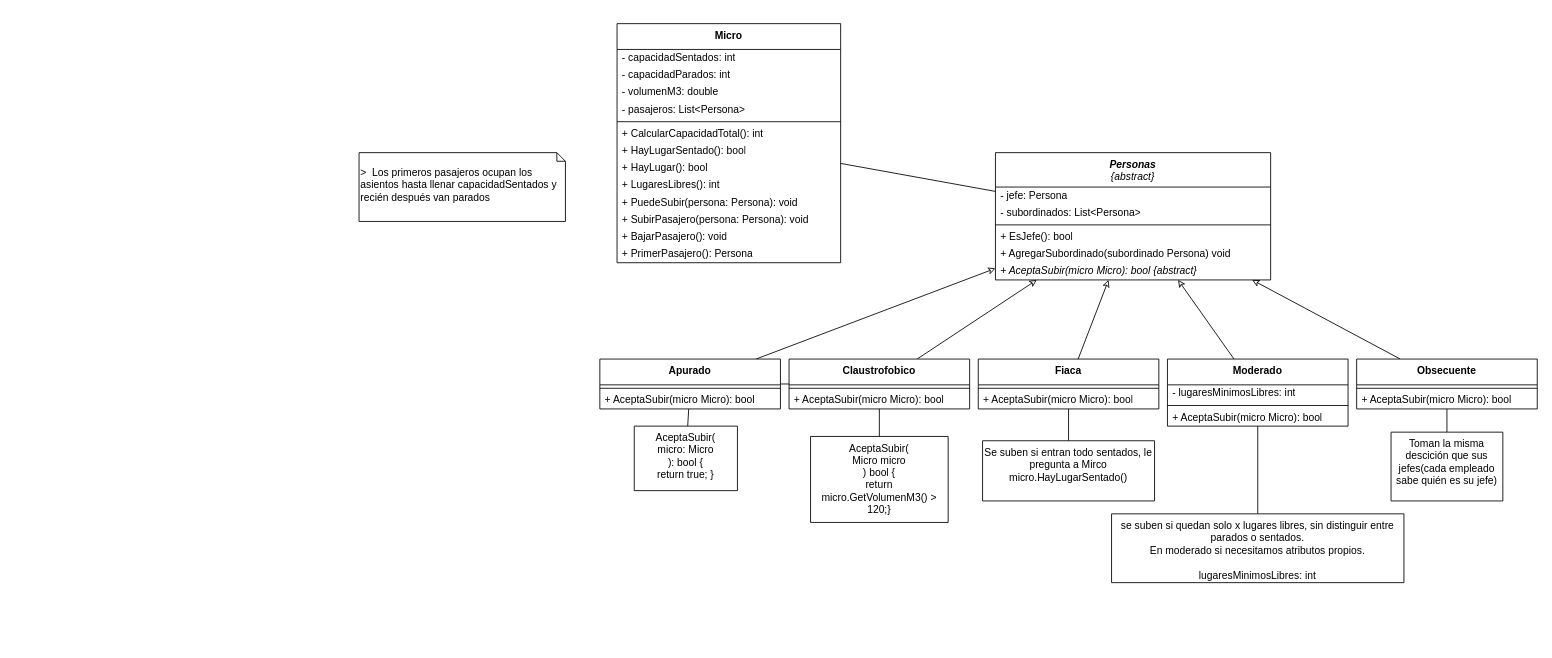
The draw.io diagram src/Micros/EJMicros_CS.dio in gastonjavierricchiardi/ejercicios-csharp-utn-2026, before the edit. Source tidied: cells renumbered, new cells numbered last; positions are measured from the earlier drawing's top-left corner, leaving out a move shared by most shapes. Both pictures are drawn from the tidied source at 86%, with x=0, y=0 at pixel (359, 23).
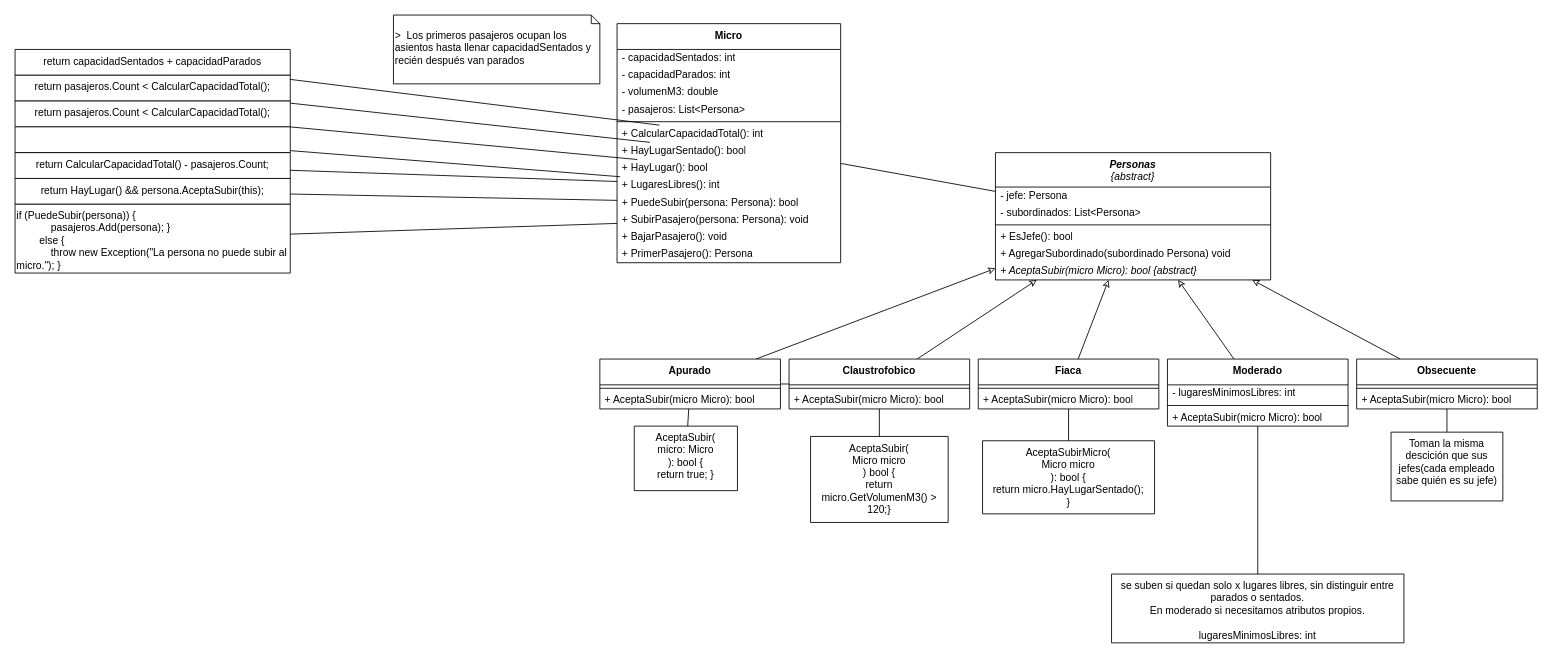
After the change.

Commit message:
Subimos el diagrama

Unchanged cells that the change refers to:
```xml
<mxCell id="3" value="&lt;b&gt;Micro&lt;/b&gt;" style="swimlane;fontStyle=0;align=center;verticalAlign=top;horizontal=1;startSize=30;html=1;whiteSpace=wrap;" parent="1" vertex="1">
  <mxGeometry x="300" width="260" height="278" as="geometry" />
</mxCell>
<mxCell id="9" value="+ CalcularCapacidadTotal(): int" style="text;html=1;strokeColor=none;fillColor=none;align=left;verticalAlign=middle;spacingLeft=4;spacingRight=4;overflow=hidden;points=[[0,0.5],[1,0.5]];portConstraint=eastwest;whiteSpace=wrap;" parent="3" vertex="1">
  <mxGeometry y="118" width="260" height="20" as="geometry" />
</mxCell>
<mxCell id="10" value="+ HayLugarSentado(): bool" style="text;html=1;strokeColor=none;fillColor=none;align=left;verticalAlign=middle;spacingLeft=4;spacingRight=4;overflow=hidden;points=[[0,0.5],[1,0.5]];portConstraint=eastwest;whiteSpace=wrap;" parent="3" vertex="1">
  <mxGeometry y="138" width="260" height="20" as="geometry" />
</mxCell>
<mxCell id="11" value="+ HayLugar(): bool" style="text;html=1;strokeColor=none;fillColor=none;align=left;verticalAlign=middle;spacingLeft=4;spacingRight=4;overflow=hidden;points=[[0,0.5],[1,0.5]];portConstraint=eastwest;whiteSpace=wrap;" parent="3" vertex="1">
  <mxGeometry y="158" width="260" height="20" as="geometry" />
</mxCell>
<mxCell id="12" value="+ LugaresLibres(): int" style="text;html=1;strokeColor=none;fillColor=none;align=left;verticalAlign=middle;spacingLeft=4;spacingRight=4;overflow=hidden;points=[[0,0.5],[1,0.5]];portConstraint=eastwest;whiteSpace=wrap;" parent="3" vertex="1">
  <mxGeometry y="178" width="260" height="20" as="geometry" />
</mxCell>
<mxCell id="14" value="+ SubirPasajero(persona: Persona): void" style="text;html=1;strokeColor=none;fillColor=none;align=left;verticalAlign=middle;spacingLeft=4;spacingRight=4;overflow=hidden;points=[[0,0.5],[1,0.5]];portConstraint=eastwest;whiteSpace=wrap;" parent="3" vertex="1">
  <mxGeometry y="218" width="260" height="20" as="geometry" />
</mxCell>
```

What changed in the source:
```diff
@@
-    <mxCell id="13" value="+ PuedeSubir(persona: Persona): void" style="text;html=1;strokeColor=none;fillColor=none;align=left;verticalAlign=middle;spacingLeft=4;spacingRight=4;overflow=hidden;points=[[0,0.5],[1,0.5]];portConstraint=eastwest;whiteSpace=wrap;" parent="3" vertex="1">
+    <mxCell id="13" value="+ PuedeSubir(persona: Persona): bool" style="text;html=1;strokeColor=none;fillColor=none;align=left;verticalAlign=middle;spacingLeft=4;spacingRight=4;overflow=hidden;points=[[0,0.5],[1,0.5]];portConstraint=eastwest;whiteSpace=wrap;" parent="3" vertex="1">
       <mxGeometry y="198" width="260" height="20" as="geometry" />
     </mxCell>
@@
-    <mxCell id="36" value="Se suben si entran todo sentados, le pregunta a Mirco&lt;div&gt;micro.HayLugarSentado()&lt;/div&gt;" style="shape=note2;boundedLbl=1;whiteSpace=wrap;html=1;size=0;verticalAlign=top;align=center;" parent="1" vertex="1">
-      <mxGeometry x="725" y="485" width="200" height="70" as="geometry" />
+    <mxCell id="36" value="AceptaSubirMicro(&lt;div&gt;Micro micro&lt;/div&gt;&lt;div&gt;): bool {&lt;/div&gt;&lt;div&gt;return micro.HayLugarSentado();&lt;/div&gt;&lt;div&gt;}&lt;/div&gt;" style="shape=note2;boundedLbl=1;whiteSpace=wrap;html=1;size=0;verticalAlign=top;align=center;" parent="1" vertex="1">
+      <mxGeometry x="725" y="485" width="200" height="85" as="geometry" />
     </mxCell>
@@
     <mxCell id="43" value="se suben si quedan solo x lugares libres, sin distinguir entre parados o sentados.&lt;div&gt;En moderado si necesitamos atributos propios.&lt;/div&gt;&lt;div&gt;&lt;br&gt;&lt;/div&gt;&lt;div&gt;lugaresMinimosLibres: int&lt;/div&gt;" style="shape=note2;boundedLbl=1;whiteSpace=wrap;html=1;size=0;verticalAlign=top;align=center;" parent="1" vertex="1">
-      <mxGeometry x="875" y="570" width="340" height="80" as="geometry" />
+      <mxGeometry x="875" y="640" width="340" height="80" as="geometry" />
     </mxCell>
@@
     <mxCell id="50" value="&lt;div&gt;&lt;font color=&quot;#000000&quot;&gt;&amp;gt;&amp;nbsp; Los primeros pasajeros ocupan los asientos&amp;nbsp;&lt;/font&gt;&lt;span style=&quot;background-color: transparent;&quot;&gt;hasta llenar capacidadSentados&amp;nbsp;&lt;/span&gt;&lt;span style=&quot;background-color: transparent;&quot;&gt;y recién después van parados&lt;/span&gt;&lt;/div&gt;" style="shape=note2;boundedLbl=1;whiteSpace=wrap;html=1;size=10;verticalAlign=top;align=left;" parent="1" vertex="1">
-      <mxGeometry y="150" width="240" height="80" as="geometry" />
+      <mxGeometry x="40" y="-10" width="240" height="80" as="geometry" />
     </mxCell>
@@
+    <mxCell id="57" style="edgeStyle=none;html=1;endArrow=none;endFill=0;" parent="1" edge="1" source="58" target="9">
+      <mxGeometry relative="1" as="geometry" />
+    </mxCell>
+    <mxCell id="58" value="return capacidadSentados + capacidadParados" style="shape=note2;boundedLbl=1;whiteSpace=wrap;html=1;size=0;verticalAlign=top;align=center;" parent="1" vertex="1">
+      <mxGeometry x="-400" y="30" width="320" height="30" as="geometry" />
+    </mxCell>
+    <mxCell id="59" style="edgeStyle=none;html=1;endArrow=none;endFill=0;" parent="1" edge="1" source="60" target="10">
+      <mxGeometry relative="1" as="geometry" />
+    </mxCell>
+    <mxCell id="60" value="return pasajeros.Count &amp;lt; CalcularCapacidadTotal();" style="shape=note2;boundedLbl=1;whiteSpace=wrap;html=1;size=0;verticalAlign=top;align=center;" parent="1" vertex="1">
+      <mxGeometry x="-400" y="60" width="320" height="30" as="geometry" />
+    </mxCell>
+    <mxCell id="61" style="edgeStyle=none;html=1;endArrow=none;endFill=0;" parent="1" edge="1" source="62" target="13">
+      <mxGeometry relative="1" as="geometry" />
+    </mxCell>
+    <mxCell id="62" value="return HayLugar() &amp;amp;&amp;amp; persona.AceptaSubir(this);" style="shape=note2;boundedLbl=1;whiteSpace=wrap;html=1;size=0;verticalAlign=top;align=center;" parent="1" vertex="1">
+      <mxGeometry x="-400" y="180" width="320" height="30" as="geometry" />
+    </mxCell>
+    <mxCell id="63" style="edgeStyle=none;html=1;endArrow=none;endFill=0;" parent="1" edge="1" source="64" target="11">
+      <mxGeometry relative="1" as="geometry" />
+    </mxCell>
+    <mxCell id="64" value="return pasajeros.Count &amp;lt; CalcularCapacidadTotal();" style="shape=note2;boundedLbl=1;whiteSpace=wrap;html=1;size=0;verticalAlign=top;align=center;" parent="1" vertex="1">
+      <mxGeometry x="-400" y="90" width="320" height="30" as="geometry" />
+    </mxCell>
+    <mxCell id="65" style="edgeStyle=none;html=1;endArrow=none;endFill=0;" parent="1" edge="1" source="66" target="12">
+      <mxGeometry relative="1" as="geometry" />
+    </mxCell>
+    <mxCell id="66" style="shape=note2;boundedLbl=1;whiteSpace=wrap;html=1;size=0;verticalAlign=top;align=center;" parent="1" vertex="1">
+      <mxGeometry x="-400" y="120" width="320" height="30" as="geometry" />
+    </mxCell>
+    <mxCell id="67" style="edgeStyle=none;html=1;endArrow=none;endFill=0;" parent="1" edge="1" source="68" target="12">
+      <mxGeometry relative="1" as="geometry" />
+    </mxCell>
+    <mxCell id="68" value="return CalcularCapacidadTotal() - pasajeros.Count;" style="shape=note2;boundedLbl=1;whiteSpace=wrap;html=1;size=0;verticalAlign=top;align=center;" parent="1" vertex="1">
+      <mxGeometry x="-400" y="150" width="320" height="30" as="geometry" />
+    </mxCell>
+    <mxCell id="69" style="edgeStyle=none;html=1;endArrow=none;endFill=0;" parent="1" edge="1" source="70" target="14">
+      <mxGeometry relative="1" as="geometry" />
+    </mxCell>
+    <mxCell id="70" value="&lt;div&gt;&lt;font color=&quot;#000000&quot;&gt;if (PuedeSubir(persona))&amp;nbsp;&lt;/font&gt;&lt;span style=&quot;background-color: transparent;&quot;&gt;{&lt;/span&gt;&lt;/div&gt;&lt;div&gt;&lt;font color=&quot;#000000&quot;&gt;&amp;nbsp; &amp;nbsp; &amp;nbsp; &amp;nbsp; &amp;nbsp; &amp;nbsp; pasajeros.Add(persona);&amp;nbsp;&lt;/font&gt;&lt;span style=&quot;background-color: transparent;&quot;&gt;}&lt;/span&gt;&lt;/div&gt;&lt;div&gt;&lt;font color=&quot;#000000&quot;&gt;&amp;nbsp; &amp;nbsp; &amp;nbsp; &amp;nbsp; else&amp;nbsp;&lt;/font&gt;&lt;span style=&quot;background-color: transparent;&quot;&gt;{&lt;/span&gt;&lt;/div&gt;&lt;div&gt;&lt;font color=&quot;#000000&quot;&gt;&amp;nbsp; &amp;nbsp; &amp;nbsp; &amp;nbsp; &amp;nbsp; &amp;nbsp; throw new Exception(&quot;La persona no puede subir al micro.&quot;);&amp;nbsp;&lt;/font&gt;&lt;span style=&quot;background-color: transparent;&quot;&gt;}&lt;/span&gt;&lt;/div&gt;" style="shape=note2;boundedLbl=1;whiteSpace=wrap;html=1;size=0;verticalAlign=top;align=left;" parent="1" vertex="1">
+      <mxGeometry x="-400" y="210" width="320" height="80" as="geometry" />
+    </mxCell>
```
